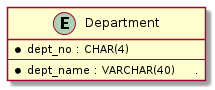
Earlier version of the PlantUML export images/departments-schema.png (AnsgarNell/HR-Tool-Backend).
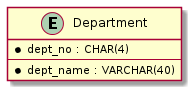
After the change.

Commit message:
Remove dot to expand PlantUML container.

Change to the diagram source:
```diff
@@ -3,6 +3,6 @@
 entity Department {
     * dept_no : CHAR(4)
     --
-    * dept_name : VARCHAR(40)     .
+    * dept_name : VARCHAR(40)
 }
 @enduml
```
